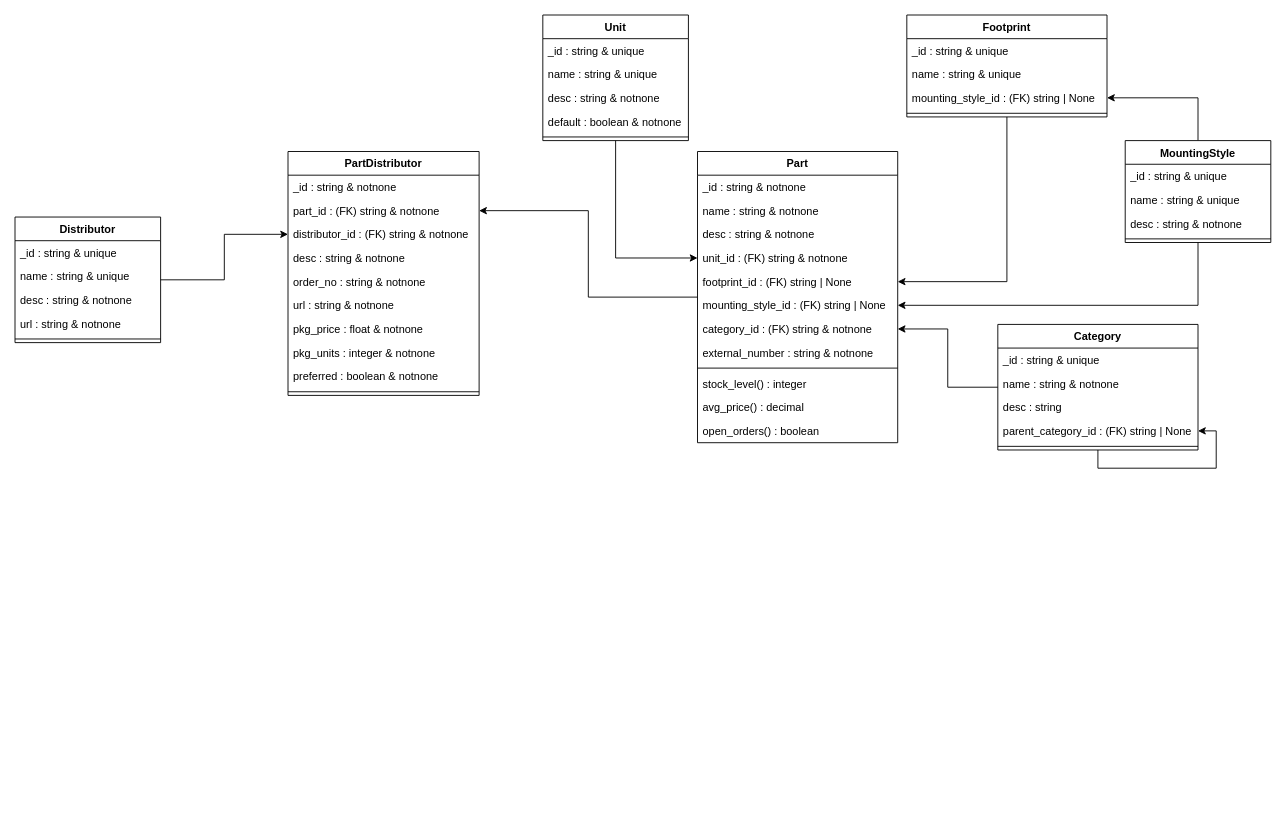
nils-ost/Inventory4Parts keeps this draw.io diagram as docs/elements-classes.drawio. Above is the earlier version. Source tidied: cells renumbered, new cells numbered last; positions are measured from the earlier drawing's top-left corner, leaving out a move shared by most shapes. Both pictures are drawn from the tidied source at 91%, with x=0, y=0 at pixel (15, 15).
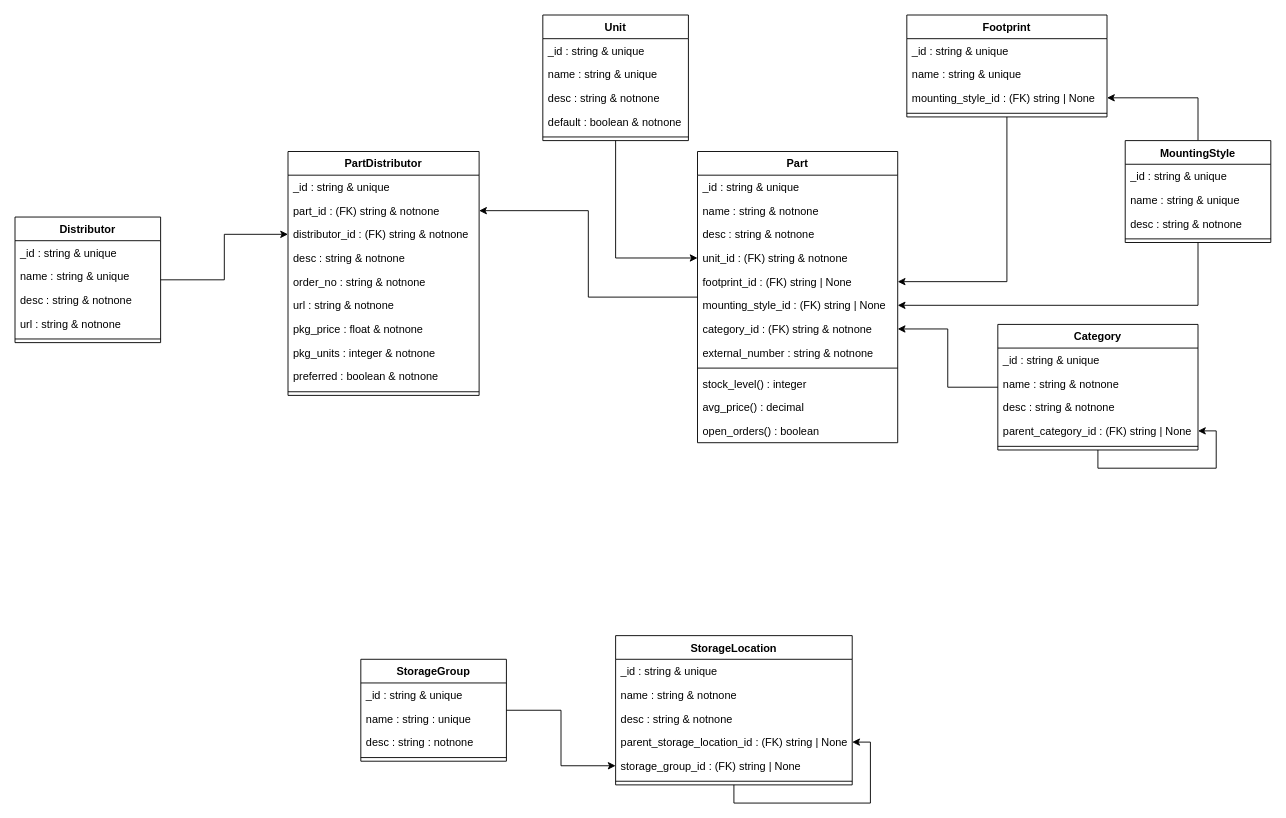
Above is the later version.

Commit message (it also covers changes not shown here):
added StorageGroup and StorageLocation

Unchanged cells that the change refers to:
```xml
<mxCell id="16" value="Category" style="swimlane;fontStyle=1;align=center;verticalAlign=top;horizontal=1;startSize=26;" parent="1" vertex="1">
  <mxGeometry x="1080" y="340" width="220" height="138" as="geometry" />
</mxCell>
<mxCell id="31" value="Part" style="swimlane;fontStyle=1;align=center;verticalAlign=top;horizontal=1;startSize=26;" parent="1" vertex="1">
  <mxGeometry x="750" y="150" width="220" height="320" as="geometry" />
</mxCell>
<mxCell id="51" value="PartDistributor" style="swimlane;fontStyle=1;align=center;verticalAlign=top;horizontal=1;startSize=26;" parent="1" vertex="1">
  <mxGeometry x="300" y="150" width="210" height="268" as="geometry" />
</mxCell>
```

Diff of the diagram source:
```diff
@@
-    <mxCell id="19" value="desc : string" style="text;strokeColor=none;fillColor=none;align=left;verticalAlign=top;spacingLeft=4;spacingRight=4;overflow=hidden;" parent="16" vertex="1">
+    <mxCell id="19" value="desc : string &amp; notnone" style="text;strokeColor=none;fillColor=none;align=left;verticalAlign=top;spacingLeft=4;spacingRight=4;overflow=hidden;" parent="16" vertex="1">
       <mxGeometry y="78" width="220" height="26" as="geometry" />
     </mxCell>
@@
-    <mxCell id="32" value="_id : string &amp; notnone" style="text;strokeColor=none;fillColor=none;align=left;verticalAlign=top;spacingLeft=4;spacingRight=4;overflow=hidden;" parent="31" vertex="1">
+    <mxCell id="32" value="_id : string &amp; unique" style="text;strokeColor=none;fillColor=none;align=left;verticalAlign=top;spacingLeft=4;spacingRight=4;overflow=hidden;" parent="31" vertex="1">
       <mxGeometry y="26" width="220" height="26" as="geometry" />
     </mxCell>
@@
-    <mxCell id="52" value="_id : string &amp; notnone" style="text;strokeColor=none;fillColor=none;align=left;verticalAlign=top;spacingLeft=4;spacingRight=4;overflow=hidden;" parent="51" vertex="1">
+    <mxCell id="52" value="_id : string &amp; unique" style="text;strokeColor=none;fillColor=none;align=left;verticalAlign=top;spacingLeft=4;spacingRight=4;overflow=hidden;" parent="51" vertex="1">
       <mxGeometry y="26" width="210" height="26" as="geometry" />
     </mxCell>
@@
+    <mxCell id="62" style="edgeStyle=orthogonalEdgeStyle;rounded=0;jettySize=auto;html=1;" parent="1" edge="1" source="63" target="73">
+      <mxGeometry relative="1" as="geometry" />
+    </mxCell>
+    <mxCell id="63" value="StorageGroup" style="swimlane;fontStyle=1;align=center;verticalAlign=top;horizontal=1;startSize=26;" parent="1" vertex="1">
+      <mxGeometry x="380" y="708" width="160" height="112" as="geometry" />
+    </mxCell>
+    <mxCell id="64" value="_id : string &amp; unique" style="text;strokeColor=none;fillColor=none;align=left;verticalAlign=top;spacingLeft=4;spacingRight=4;overflow=hidden;" parent="63" vertex="1">
+      <mxGeometry y="26" width="160" height="26" as="geometry" />
+    </mxCell>
+    <mxCell id="65" value="name : string : unique" style="text;strokeColor=none;fillColor=none;align=left;verticalAlign=top;spacingLeft=4;spacingRight=4;overflow=hidden;" parent="63" vertex="1">
+      <mxGeometry y="52" width="160" height="26" as="geometry" />
+    </mxCell>
+    <mxCell id="66" value="desc : string : notnone" style="text;strokeColor=none;fillColor=none;align=left;verticalAlign=top;spacingLeft=4;spacingRight=4;overflow=hidden;" parent="63" vertex="1">
+      <mxGeometry y="78" width="160" height="26" as="geometry" />
+    </mxCell>
+    <mxCell id="67" style="line;strokeWidth=1;fillColor=none;align=left;verticalAlign=middle;spacingTop=-1;spacingLeft=3;spacingRight=3;labelPosition=right;" parent="63" vertex="1">
+      <mxGeometry y="104" width="160" height="8" as="geometry" />
+    </mxCell>
+    <mxCell id="68" value="StorageLocation" style="swimlane;fontStyle=1;align=center;verticalAlign=top;horizontal=1;startSize=26;" parent="1" vertex="1">
+      <mxGeometry x="660" y="682" width="260" height="164" as="geometry" />
+    </mxCell>
+    <mxCell id="69" value="_id : string &amp; unique" style="text;strokeColor=none;fillColor=none;align=left;verticalAlign=top;spacingLeft=4;spacingRight=4;overflow=hidden;" parent="68" vertex="1">
+      <mxGeometry y="26" width="260" height="26" as="geometry" />
+    </mxCell>
+    <mxCell id="70" value="name : string &amp; notnone" style="text;strokeColor=none;fillColor=none;align=left;verticalAlign=top;spacingLeft=4;spacingRight=4;overflow=hidden;" parent="68" vertex="1">
+      <mxGeometry y="52" width="260" height="26" as="geometry" />
+    </mxCell>
+    <mxCell id="71" value="desc : string &amp; notnone" style="text;strokeColor=none;fillColor=none;align=left;verticalAlign=top;spacingLeft=4;spacingRight=4;overflow=hidden;" parent="68" vertex="1">
+      <mxGeometry y="78" width="260" height="26" as="geometry" />
+    </mxCell>
+    <mxCell id="72" value="parent_storage_location_id : (FK) string | None" style="text;strokeColor=none;fillColor=none;align=left;verticalAlign=top;spacingLeft=4;spacingRight=4;overflow=hidden;points=[[0,0.5],[1,0.5]];portConstraint=eastwest;" parent="68" vertex="1">
+      <mxGeometry y="104" width="260" height="26" as="geometry" />
+    </mxCell>
+    <mxCell id="73" value="storage_group_id : (FK) string | None" style="text;strokeColor=none;fillColor=none;align=left;verticalAlign=top;spacingLeft=4;spacingRight=4;overflow=hidden;points=[[0,0.5],[1,0.5]];portConstraint=eastwest;" parent="68" vertex="1">
+      <mxGeometry y="130" width="260" height="26" as="geometry" />
+    </mxCell>
+    <mxCell id="74" style="line;strokeWidth=1;fillColor=none;align=left;verticalAlign=middle;spacingTop=-1;spacingLeft=3;spacingRight=3;labelPosition=right;" parent="68" vertex="1">
+      <mxGeometry y="156" width="260" height="8" as="geometry" />
+    </mxCell>
+    <mxCell id="75" style="edgeStyle=orthogonalEdgeStyle;rounded=0;jettySize=auto;html=1;" parent="68" edge="1" source="68" target="72">
+      <mxGeometry relative="1" as="geometry" />
+    </mxCell>
```
